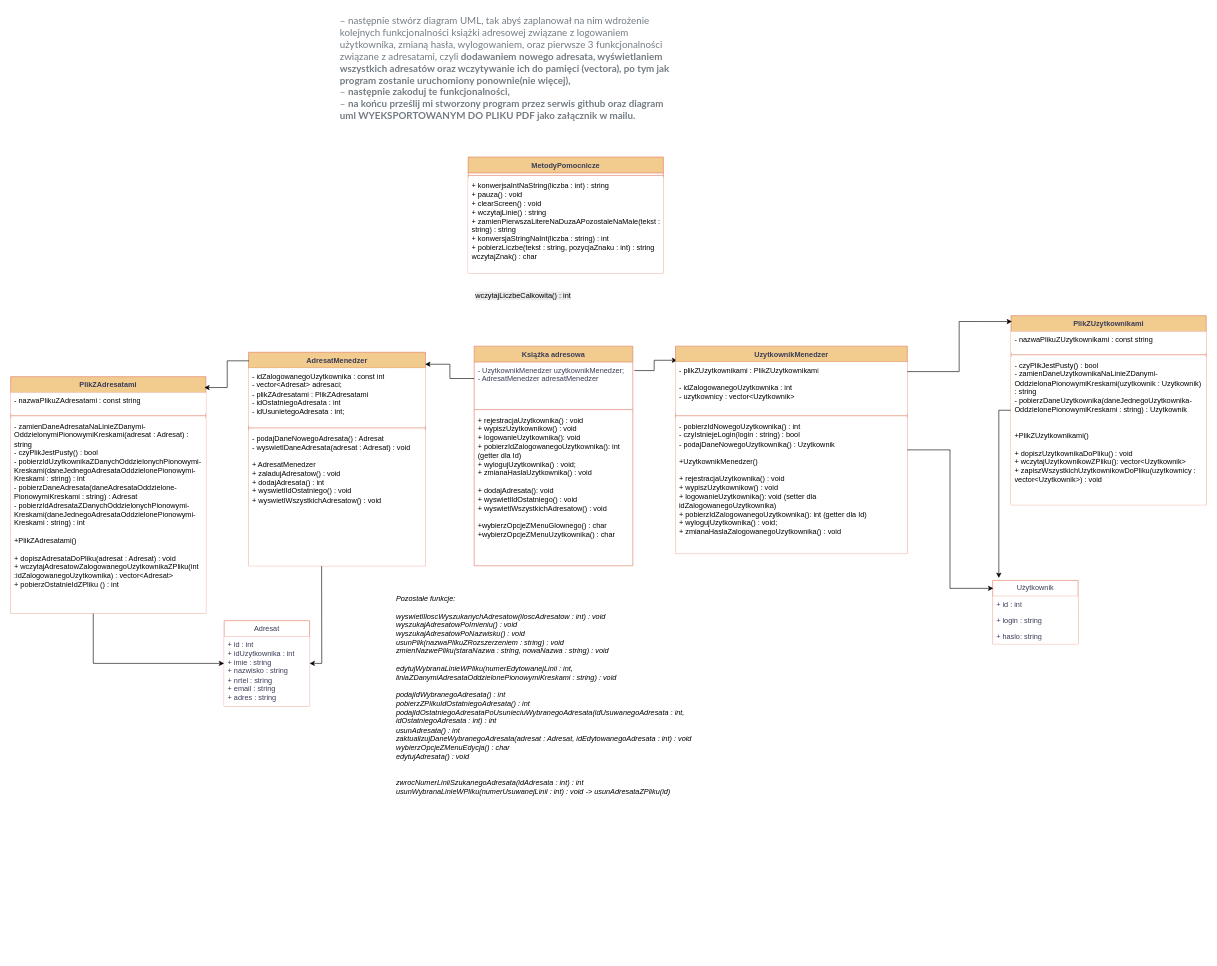
The draw.io diagram Ksiazka adresowa.drawio in endyyKD/KsiazkaAdresowa_OOP, before the edit. Source tidied: cells renumbered, new cells numbered last; positions are measured from the earlier drawing's top-left corner, leaving out a move shared by most shapes. Both pictures are drawn from the tidied source at 61%, with x=0, y=0 at pixel (10, 10).
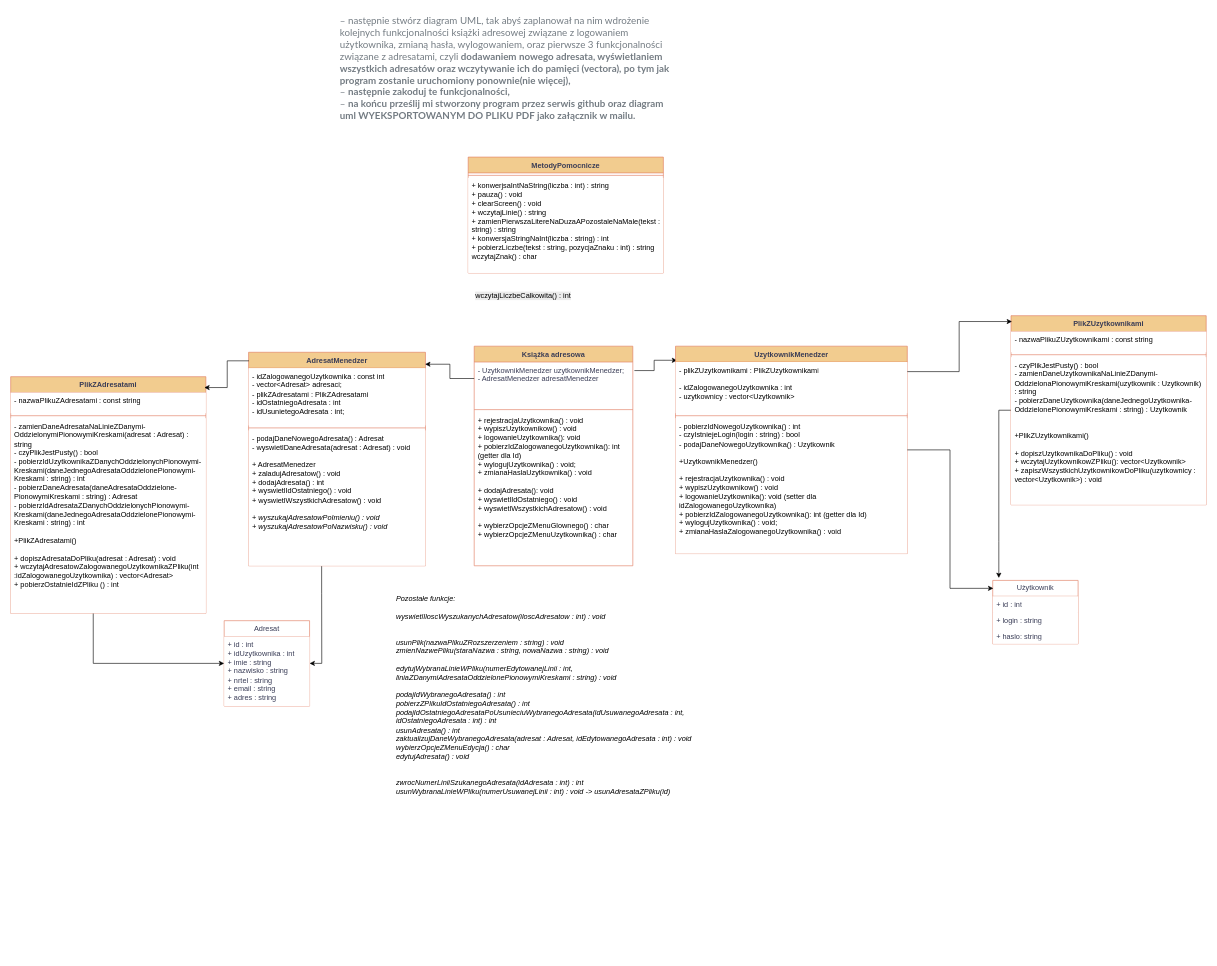
The same page after the edit.

The change refers to these unchanged cells:
```xml
<mxCell id="3" value="Książka adresowa" style="swimlane;fontStyle=1;align=center;verticalAlign=top;horizontal=1;startSize=26;whiteSpace=wrap;html=1;labelBackgroundColor=none;fillColor=#F2CC8F;strokeColor=#E07A5F;fontColor=#393C56;swimlaneFillColor=default;swimlaneLine=1;" parent="1" vertex="1">
  <mxGeometry x="759.9" y="550" width="260" height="360" as="geometry" />
</mxCell>
<mxCell id="28" value="AdresatMenedzer" style="swimlane;fontStyle=1;align=center;verticalAlign=top;horizontal=1;startSize=26;whiteSpace=wrap;html=1;labelBackgroundColor=none;fillColor=#F2CC8F;strokeColor=#E07A5F;fontColor=#393C56;" parent="1" vertex="1">
  <mxGeometry x="390" y="560" width="290" height="350" as="geometry" />
</mxCell>
```

Change to the diagram source:
```diff
@@
-    <mxCell id="6" value="&lt;div&gt;&lt;div&gt;&lt;font color=&quot;#000000&quot;&gt;+ rejestracjaUzytkownika() : void&lt;/font&gt;&lt;br style=&quot;color: rgb(57, 60, 86); padding: 0px; margin: 0px;&quot;&gt;&lt;font color=&quot;#000000&quot;&gt;+ wypiszUzytkownikow() : void&lt;/font&gt;&lt;/div&gt;&lt;/div&gt;&lt;div&gt;&lt;font color=&quot;#000000&quot;&gt;+ logowanieUzytkownika(): void&lt;/font&gt;&lt;/div&gt;&lt;div&gt;&lt;font color=&quot;#000000&quot;&gt;&lt;div style=&quot;color: rgb(0, 0, 0);&quot;&gt;&lt;font color=&quot;#000000&quot;&gt;+ pobierzIdZalogowanegoUzytkownika(): int (getter dla Id)&lt;/font&gt;&lt;/div&gt;&lt;div style=&quot;color: rgb(0, 0, 0);&quot;&gt;&lt;font color=&quot;#000000&quot;&gt;+ wylogujUzytkownika() : void;&lt;/font&gt;&lt;/div&gt;&lt;div style=&quot;color: rgb(0, 0, 0);&quot;&gt;&lt;font color=&quot;#000000&quot;&gt;+ zmianaHaslaUzytkownika() : void&lt;/font&gt;&lt;/div&gt;&lt;/font&gt;&lt;/div&gt;&lt;div&gt;&lt;font color=&quot;#000000&quot;&gt;&lt;br&gt;&lt;/font&gt;&lt;/div&gt;&lt;div&gt;&lt;font color=&quot;#000000&quot;&gt;+ dodajAdresata(): void&lt;/font&gt;&lt;/div&gt;&lt;div&gt;&lt;font color=&quot;#000000&quot;&gt;&lt;div&gt;&lt;span style=&quot;background-color: transparent; color: rgb(0, 0, 0);&quot;&gt;+&amp;nbsp;&lt;/span&gt;&lt;span style=&quot;background-color: transparent;&quot;&gt;&lt;font color=&quot;#000000&quot;&gt;wyswietlIdOstatniego() : void&lt;/font&gt;&lt;/span&gt;&lt;/div&gt;&lt;div&gt;&lt;span style=&quot;background-color: transparent; color: rgb(0, 0, 0);&quot;&gt;+ wyswietlWszystkichAdresatow() : void&lt;/span&gt;&lt;/div&gt;&lt;div&gt;&lt;br style=&quot;color: rgb(57, 60, 86);&quot;&gt;&lt;/div&gt;&lt;/font&gt;&lt;/div&gt;&lt;div&gt;+wybierzOpcjeZMenuGlownego() : char&lt;br style=&quot;padding: 0px; margin: 0px;&quot;&gt;+wybierzOpcjeZMenuUzytkownika() : char&lt;br style=&quot;padding: 0px; margin: 0px; font-style: italic;&quot;&gt;&lt;/div&gt;" style="text;align=left;verticalAlign=top;spacingLeft=4;spacingRight=4;overflow=hidden;whiteSpace=wrap;html=1;labelBackgroundColor=none;" parent="3" vertex="1">
+    <mxCell id="6" value="&lt;div&gt;&lt;div&gt;&lt;font color=&quot;#000000&quot;&gt;+ rejestracjaUzytkownika() : void&lt;/font&gt;&lt;br style=&quot;color: rgb(57, 60, 86); padding: 0px; margin: 0px;&quot;&gt;&lt;font color=&quot;#000000&quot;&gt;+ wypiszUzytkownikow() : void&lt;/font&gt;&lt;/div&gt;&lt;/div&gt;&lt;div&gt;&lt;font color=&quot;#000000&quot;&gt;+ logowanieUzytkownika(): void&lt;/font&gt;&lt;/div&gt;&lt;div&gt;&lt;font color=&quot;#000000&quot;&gt;&lt;div style=&quot;color: rgb(0, 0, 0);&quot;&gt;&lt;font color=&quot;#000000&quot;&gt;+ pobierzIdZalogowanegoUzytkownika(): int (getter dla Id)&lt;/font&gt;&lt;/div&gt;&lt;div style=&quot;color: rgb(0, 0, 0);&quot;&gt;&lt;font color=&quot;#000000&quot;&gt;+ wylogujUzytkownika() : void;&lt;/font&gt;&lt;/div&gt;&lt;div style=&quot;color: rgb(0, 0, 0);&quot;&gt;&lt;font color=&quot;#000000&quot;&gt;+ zmianaHaslaUzytkownika() : void&lt;/font&gt;&lt;/div&gt;&lt;/font&gt;&lt;/div&gt;&lt;div&gt;&lt;font color=&quot;#000000&quot;&gt;&lt;br&gt;&lt;/font&gt;&lt;/div&gt;&lt;div&gt;&lt;font color=&quot;#000000&quot;&gt;+ dodajAdresata(): void&lt;/font&gt;&lt;/div&gt;&lt;div&gt;&lt;font color=&quot;#000000&quot;&gt;&lt;div&gt;&lt;span style=&quot;background-color: transparent; color: rgb(0, 0, 0);&quot;&gt;+&amp;nbsp;&lt;/span&gt;&lt;span style=&quot;background-color: transparent;&quot;&gt;&lt;font color=&quot;#000000&quot;&gt;wyswietlIdOstatniego() : void&lt;/font&gt;&lt;/span&gt;&lt;/div&gt;&lt;div&gt;&lt;span style=&quot;background-color: transparent; color: rgb(0, 0, 0);&quot;&gt;+ wyswietlWszystkichAdresatow() : void&lt;/span&gt;&lt;/div&gt;&lt;div&gt;&lt;br style=&quot;color: rgb(57, 60, 86);&quot;&gt;&lt;/div&gt;&lt;/font&gt;&lt;/div&gt;&lt;div&gt;+ wybierzOpcjeZMenuGlownego() : char&lt;br style=&quot;padding: 0px; margin: 0px;&quot;&gt;+ wybierzOpcjeZMenuUzytkownika() : char&lt;br style=&quot;padding: 0px; margin: 0px; font-style: italic;&quot;&gt;&lt;/div&gt;" style="text;align=left;verticalAlign=top;spacingLeft=4;spacingRight=4;overflow=hidden;whiteSpace=wrap;html=1;labelBackgroundColor=none;" parent="3" vertex="1">
       <mxGeometry y="108" width="260" height="252" as="geometry" />
     </mxCell>
@@
-    <mxCell id="25" value="Pozostałe funkcje:&#10;&#10;wyswietlIloscWyszukanychAdresatow(iloscAdresatow : int) : void&#10;wyszukajAdresatowPoImieniu() : void&#10;wyszukajAdresatowPoNazwisku() : void&#10;usunPlik(nazwaPlikuZRozszerzeniem : string) : void&#10;zmienNazwePliku(staraNazwa : string, nowaNazwa : string) : void&#10;&#10;edytujWybranaLinieWPliku(numerEdytowanejLinii : int, liniaZDanymiAdresataOddzielonePionowymiKreskami : string) : void&#10;&#10;podajIdWybranegoAdresata() : int&#10;pobierzZPlikuIdOstatniegoAdresata() : int&#10;podajIdOstatniegoAdresataPoUsunieciuWybranegoAdresata(idUsuwanegoAdresata : int, idOstatniegoAdresata : int) : int&#10;usunAdresata() : int&#10;zaktualizujDaneWybranegoAdresata(adresat : Adresat, idEdytowanegoAdresata : int) : void&#10;wybierzOpcjeZMenuEdycja() : char&#10;edytujAdresata() : void&#10;&#10;&#10;zwrocNumerLiniiSzukanegoAdresata(idAdresata : int) : int&#10;usunWybranaLinieWPliku(numerUsuwanejLinii : int) : void -&gt; usunAdresataZPliku(id)" style="text;whiteSpace=wrap;fontStyle=2;strokeColor=none;" parent="1" vertex="1">
+    <mxCell id="25" value="Pozostałe funkcje:&#10;&#10;wyswietlIloscWyszukanychAdresatow(iloscAdresatow : int) : void&#10;&#10;&#10;usunPlik(nazwaPlikuZRozszerzeniem : string) : void&#10;zmienNazwePliku(staraNazwa : string, nowaNazwa : string) : void&#10;&#10;edytujWybranaLinieWPliku(numerEdytowanejLinii : int, liniaZDanymiAdresataOddzielonePionowymiKreskami : string) : void&#10;&#10;podajIdWybranegoAdresata() : int&#10;pobierzZPlikuIdOstatniegoAdresata() : int&#10;podajIdOstatniegoAdresataPoUsunieciuWybranegoAdresata(idUsuwanegoAdresata : int, idOstatniegoAdresata : int) : int&#10;usunAdresata() : int&#10;zaktualizujDaneWybranegoAdresata(adresat : Adresat, idEdytowanegoAdresata : int) : void&#10;wybierzOpcjeZMenuEdycja() : char&#10;edytujAdresata() : void&#10;&#10;&#10;zwrocNumerLiniiSzukanegoAdresata(idAdresata : int) : int&#10;usunWybranaLinieWPliku(numerUsuwanejLinii : int) : void -&gt; usunAdresataZPliku(id)" style="text;whiteSpace=wrap;fontStyle=2;strokeColor=none;" parent="1" vertex="1">
       <mxGeometry x="630" y="950" width="560" height="600" as="geometry" />
     </mxCell>
@@
-    <mxCell id="31" value="&lt;div&gt;&lt;font color=&quot;#000000&quot;&gt;- podajDaneNowegoAdresata() : Adresat&lt;/font&gt;&lt;/div&gt;&lt;div&gt;&lt;span style=&quot;color: rgb(0, 0, 0); background-color: transparent;&quot;&gt;-&amp;nbsp;&lt;/span&gt;&lt;span style=&quot;color: rgb(0, 0, 0); background-color: transparent;&quot;&gt;wyswietlDaneAdresata(adresat : Adresat) : void&lt;/span&gt;&lt;/div&gt;&lt;div&gt;&lt;span style=&quot;color: rgb(0, 0, 0); background-color: transparent;&quot;&gt;&lt;br&gt;&lt;/span&gt;&lt;/div&gt;&lt;div&gt;&lt;span style=&quot;color: rgb(0, 0, 0); background-color: transparent;&quot;&gt;+ AdresatMenedzer&lt;/span&gt;&lt;/div&gt;&lt;div&gt;&lt;span style=&quot;background-color: transparent; color: rgb(0, 0, 0);&quot;&gt;+ zaladujAdresatow() : void&lt;/span&gt;&lt;/div&gt;&lt;div&gt;&lt;span style=&quot;background-color: transparent; color: rgb(0, 0, 0);&quot;&gt;+ dodajAdresata() : int&lt;/span&gt;&lt;/div&gt;&lt;div&gt;&lt;span style=&quot;background-color: transparent; color: rgb(0, 0, 0);&quot;&gt;+&amp;nbsp;&lt;/span&gt;&lt;span style=&quot;background-color: transparent;&quot;&gt;&lt;font color=&quot;#000000&quot;&gt;wyswietlIdOstatniego() : void&lt;/font&gt;&lt;/span&gt;&lt;/div&gt;&lt;div&gt;&lt;span style=&quot;color: rgb(0, 0, 0); background-color: transparent;&quot;&gt;+ wyswietlWszystkichAdresatow() : void&lt;/span&gt;&lt;/div&gt;&lt;div&gt;&lt;br&gt;&lt;/div&gt;" style="text;strokeColor=none;fillColor=default;align=left;verticalAlign=top;spacingLeft=4;spacingRight=4;overflow=hidden;points=[[0,0.5],[1,0.5]];portConstraint=eastwest;whiteSpace=wrap;html=1;labelBackgroundColor=none;fontColor=#393C56;" parent="28" vertex="1">
+    <mxCell id="31" value="&lt;div&gt;&lt;font color=&quot;#000000&quot;&gt;- podajDaneNowegoAdresata() : Adresat&lt;/font&gt;&lt;/div&gt;&lt;div&gt;&lt;span style=&quot;color: rgb(0, 0, 0); background-color: transparent;&quot;&gt;-&amp;nbsp;&lt;/span&gt;&lt;span style=&quot;color: rgb(0, 0, 0); background-color: transparent;&quot;&gt;wyswietlDaneAdresata(adresat : Adresat) : void&lt;/span&gt;&lt;/div&gt;&lt;div&gt;&lt;span style=&quot;color: rgb(0, 0, 0); background-color: transparent;&quot;&gt;&lt;br&gt;&lt;/span&gt;&lt;/div&gt;&lt;div&gt;&lt;span style=&quot;color: rgb(0, 0, 0); background-color: transparent;&quot;&gt;+ AdresatMenedzer&lt;/span&gt;&lt;/div&gt;&lt;div&gt;&lt;span style=&quot;background-color: transparent; color: rgb(0, 0, 0);&quot;&gt;+ zaladujAdresatow() : void&lt;/span&gt;&lt;/div&gt;&lt;div&gt;&lt;span style=&quot;background-color: transparent; color: rgb(0, 0, 0);&quot;&gt;+ dodajAdresata() : int&lt;/span&gt;&lt;/div&gt;&lt;div&gt;&lt;span style=&quot;background-color: transparent; color: rgb(0, 0, 0);&quot;&gt;+&amp;nbsp;&lt;/span&gt;&lt;span style=&quot;background-color: transparent;&quot;&gt;&lt;font color=&quot;#000000&quot;&gt;wyswietlIdOstatniego() : void&lt;/font&gt;&lt;/span&gt;&lt;/div&gt;&lt;div&gt;&lt;span style=&quot;color: rgb(0, 0, 0); background-color: transparent;&quot;&gt;+ wyswietlWszystkichAdresatow() : void&lt;/span&gt;&lt;/div&gt;&lt;div&gt;&lt;span style=&quot;color: rgb(0, 0, 0); background-color: transparent;&quot;&gt;&lt;br&gt;&lt;/span&gt;&lt;/div&gt;&lt;div&gt;&lt;span style=&quot;color: rgb(0, 0, 0); background-color: transparent;&quot;&gt;+&amp;nbsp;&lt;/span&gt;&lt;span style=&quot;color: rgb(0, 0, 0); font-style: italic; background-color: transparent;&quot;&gt;wyszukajAdresatowPoImieniu() : void&lt;/span&gt;&lt;/div&gt;&lt;div&gt;&lt;span style=&quot;color: rgb(0, 0, 0); font-style: italic; background-color: transparent;&quot;&gt;+ wyszukajAdresatowPoNazwisku() : void&lt;/span&gt;&lt;/div&gt;&lt;div&gt;&lt;br&gt;&lt;/div&gt;" style="text;strokeColor=none;fillColor=default;align=left;verticalAlign=top;spacingLeft=4;spacingRight=4;overflow=hidden;points=[[0,0.5],[1,0.5]];portConstraint=eastwest;whiteSpace=wrap;html=1;labelBackgroundColor=none;fontColor=#393C56;" parent="28" vertex="1">
       <mxGeometry y="128" width="290" height="222" as="geometry" />
     </mxCell>
```
